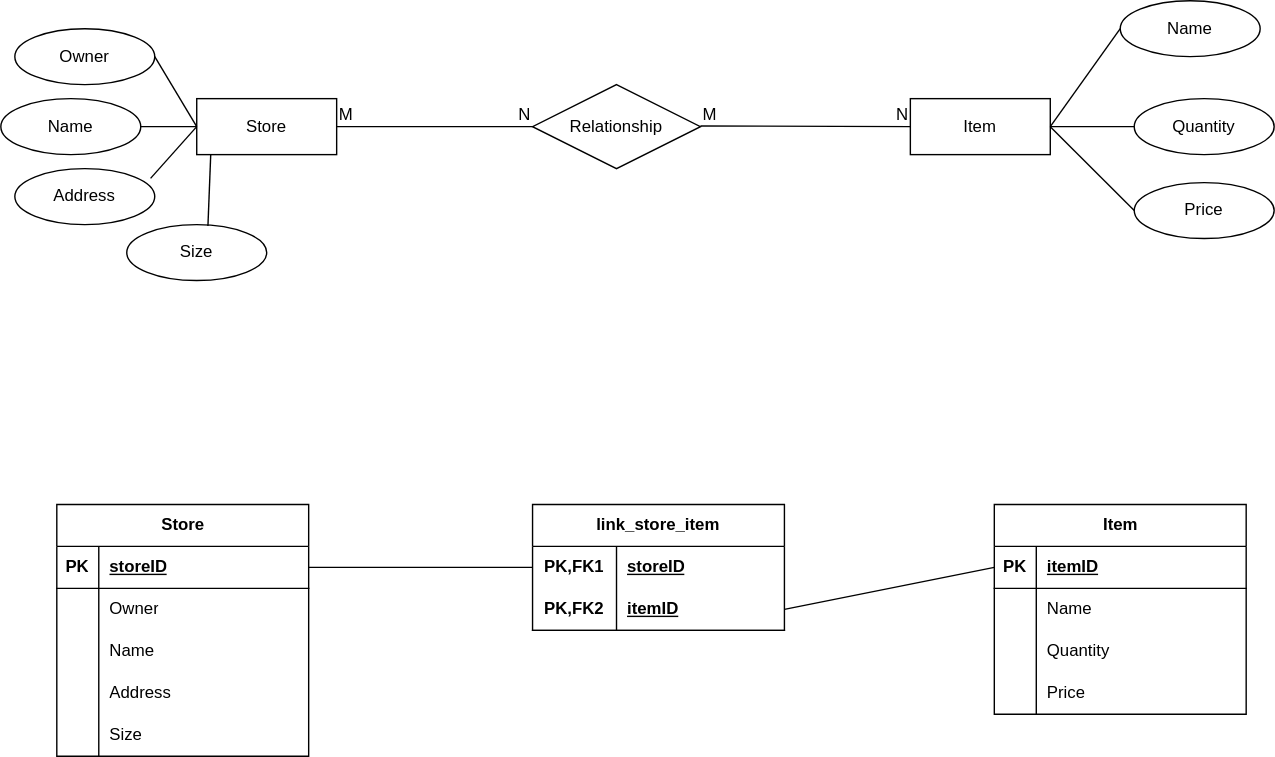
Before: Shop.drawio.svg, a diagram exported from draw.io (Praktikant-Klobuerste/shop-api). Source tidied: cells renumbered, new cells last; positions are measured from the earlier drawing's top-left corner, leaving out a move shared by most shapes.
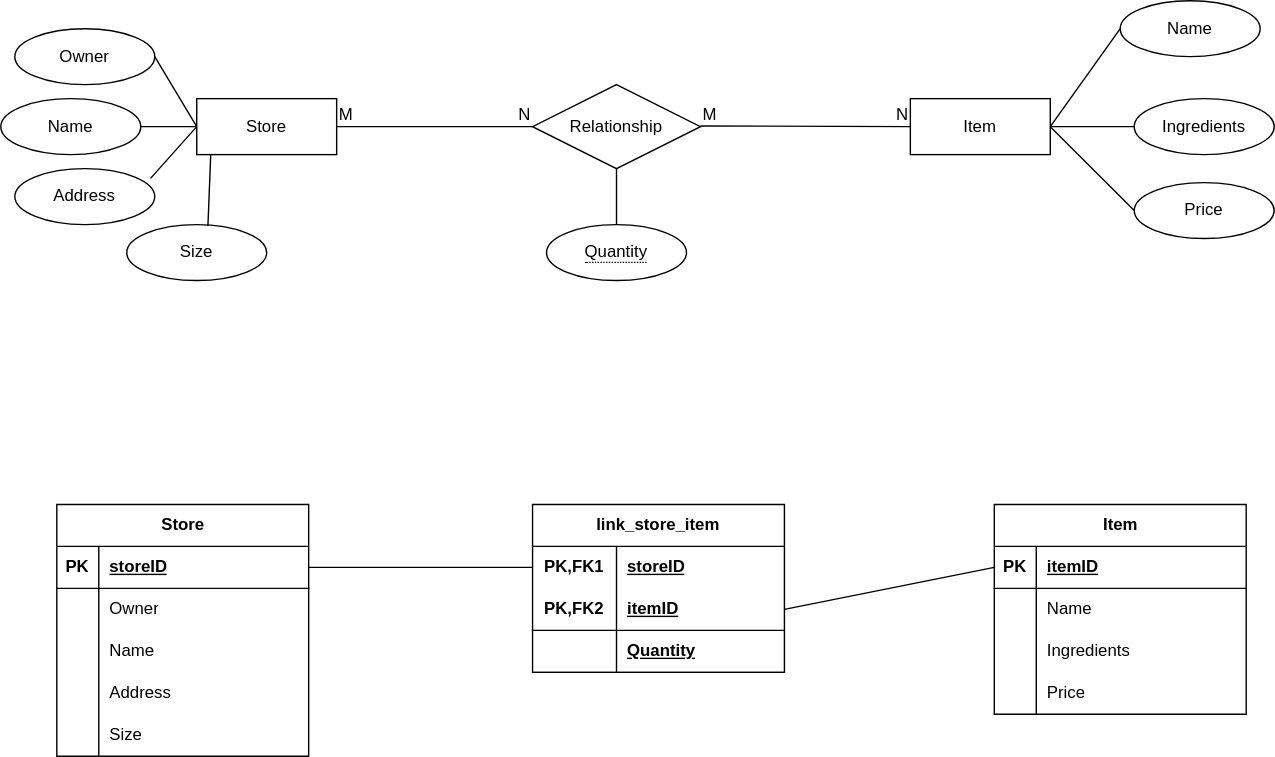
After the change.

Commit message:
Change attributes from Item-Table

What changed in the source:
```diff
@@ -65,7 +65,7 @@
     <mxCell id="20" style="endArrow=none;html=1;rounded=0;entryX=0;entryY=0.5;entryDx=0;entryDy=0;exitX=1;exitY=0.5;exitDx=0;exitDy=0;" parent="1" edge="1" source="11" target="19">
       <mxGeometry relative="1" as="geometry" />
     </mxCell>
-    <mxCell id="21" value="Quantity" style="ellipse;whiteSpace=wrap;html=1;align=center;" parent="1" vertex="1">
+    <mxCell id="21" value="Ingredients" style="ellipse;whiteSpace=wrap;html=1;align=center;" parent="1" vertex="1">
       <mxGeometry x="810" y="70" width="100" height="40" as="geometry" />
     </mxCell>
     <mxCell id="22" style="endArrow=none;html=1;rounded=0;entryX=0;entryY=0.5;entryDx=0;entryDy=0;exitX=1;exitY=0.5;exitDx=0;exitDy=0;" parent="1" edge="1" source="11" target="21">
@@ -126,7 +126,7 @@
       <mxGeometry x="30" width="150" height="30" as="geometry" />
     </mxCell>
     <mxCell id="41" value="link_store_item" style="shape=table;startSize=30;rowLines=0;fontStyle=1;align=center;html=1;whiteSpace=wrap;" parent="1" vertex="1">
-      <mxGeometry x="380" y="360" width="180" height="90" as="geometry" />
+      <mxGeometry x="380" y="360" width="180" height="120" as="geometry" />
     </mxCell>
     <mxCell id="42" style="shape=tableRow;horizontal=0;startSize=0;swimlaneHead=0;swimlaneBody=0;fillColor=none;points=[[0,0.5],[1,0.5]];portConstraint=eastwest;top=0;left=0;right=0;bottom=0;html=1;" parent="41" vertex="1">
       <mxGeometry y="30" width="180" height="30" as="geometry" />
@@ -146,6 +146,15 @@
     <mxCell id="47" value="itemID" style="shape=partialRectangle;fillColor=none;top=0;left=0;bottom=0;right=0;align=left;spacingLeft=6;fontStyle=5;overflow=hidden;html=1;whiteSpace=wrap;" parent="45" vertex="1">
       <mxGeometry x="60" width="120" height="30" as="geometry" />
     </mxCell>
+    <mxCell id="63" style="shape=tableRow;horizontal=0;startSize=0;swimlaneHead=0;swimlaneBody=0;fillColor=none;top=0;left=0;right=0;bottom=1;html=1;" parent="41" vertex="1">
+      <mxGeometry y="90" width="180" height="30" as="geometry" />
+    </mxCell>
+    <mxCell id="64" style="shape=partialRectangle;fillColor=none;top=0;left=0;bottom=0;right=0;fontStyle=1;overflow=hidden;html=1;whiteSpace=wrap;" parent="63" vertex="1">
+      <mxGeometry width="60" height="30" as="geometry" />
+    </mxCell>
+    <mxCell id="65" value="Quantity" style="shape=partialRectangle;fillColor=none;top=0;left=0;bottom=0;right=0;align=left;spacingLeft=6;fontStyle=5;overflow=hidden;html=1;whiteSpace=wrap;" parent="63" vertex="1">
+      <mxGeometry x="60" width="120" height="30" as="geometry" />
+    </mxCell>
     <mxCell id="48" value="Item" style="shape=table;startSize=30;rowLines=0;fontStyle=1;align=center;html=1;" parent="1" vertex="1">
       <mxGeometry x="710" y="360" width="180" height="150" as="geometry" />
     </mxCell>
@@ -173,7 +182,7 @@
     <mxCell id="56" style="shape=partialRectangle;fillColor=none;top=0;left=0;bottom=0;right=0;overflow=hidden;whiteSpace=wrap;html=1;" parent="55" vertex="1">
       <mxGeometry width="30" height="30" as="geometry" />
     </mxCell>
-    <mxCell id="57" value="Quantity" style="shape=partialRectangle;fillColor=none;top=0;left=0;bottom=0;right=0;align=left;spacingLeft=6;overflow=hidden;whiteSpace=wrap;html=1;" parent="55" vertex="1">
+    <mxCell id="57" value="Ingredients" style="shape=partialRectangle;fillColor=none;top=0;left=0;bottom=0;right=0;align=left;spacingLeft=6;overflow=hidden;whiteSpace=wrap;html=1;" parent="55" vertex="1">
       <mxGeometry x="30" width="150" height="30" as="geometry" />
     </mxCell>
     <mxCell id="58" style="shape=tableRow;horizontal=0;startSize=0;swimlaneHead=0;swimlaneBody=0;fillColor=none;top=0;left=0;right=0;bottom=0;" parent="48" vertex="1">
@@ -191,5 +200,11 @@
     <mxCell id="62" style="endArrow=none;html=1;rounded=0;entryX=0;entryY=0.5;entryDx=0;entryDy=0;exitX=1;exitY=0.5;exitDx=0;exitDy=0;" parent="1" edge="1" source="45" target="49">
       <mxGeometry relative="1" as="geometry" />
     </mxCell>
+    <mxCell id="66" value="&lt;span style=&quot;border-bottom: 1px dotted&quot;&gt;Quantity&lt;/span&gt;" style="ellipse;whiteSpace=wrap;html=1;align=center;" parent="1" vertex="1">
+      <mxGeometry x="390" y="160" width="100" height="40" as="geometry" />
+    </mxCell>
+    <mxCell id="67" style="endArrow=none;html=1;rounded=0;entryX=0.5;entryY=1;entryDx=0;entryDy=0;exitX=0.5;exitY=0;exitDx=0;exitDy=0;" parent="1" edge="1" source="66" target="12">
+      <mxGeometry relative="1" as="geometry" />
+    </mxCell>
   </root>
 </mxGraphModel>
```
